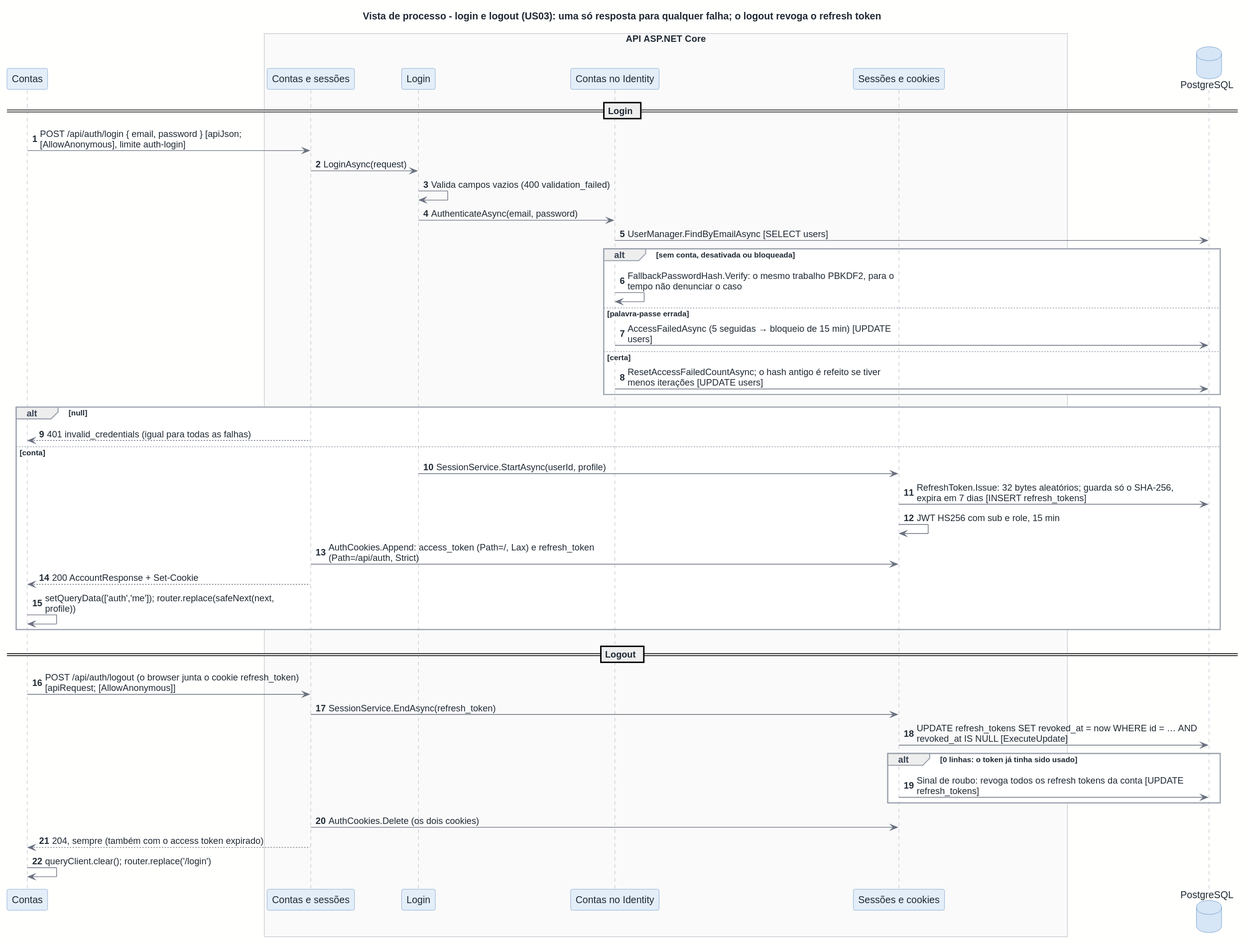
This is docs/architecture/out/process-login.svg from rodrigo4sousa/SportsEstablishments, a PlantUML export, as it was before one commit.
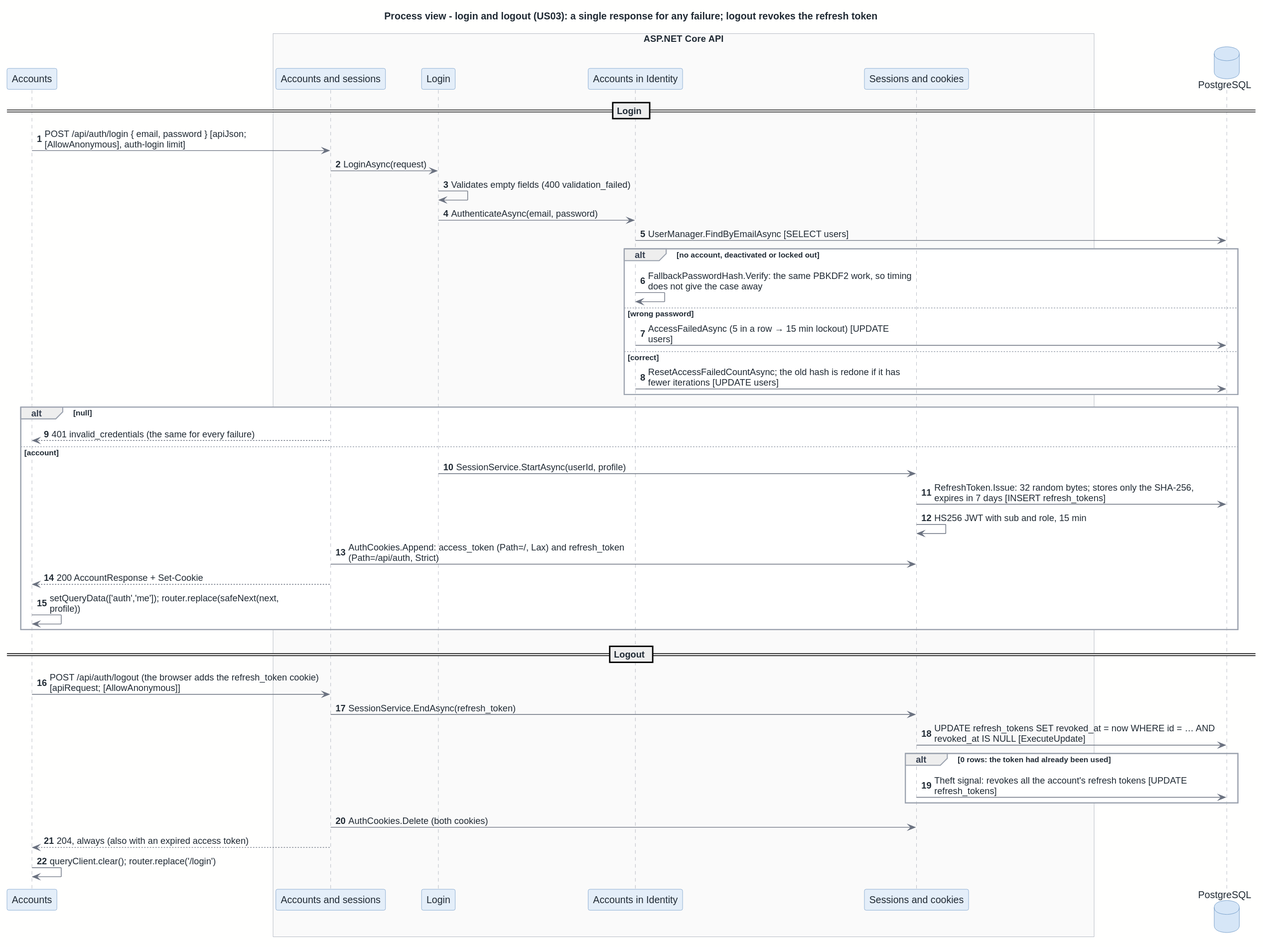
Above is the later version.

What changed in the source:
```diff
@@ -1,50 +1,50 @@
 @startuml
 !include ../style.puml
 
-title Vista de processo - login e logout (US03): uma só resposta para qualquer falha; o logout revoga o refresh token
+title Process view - login and logout (US03): a single response for any failure; logout revokes the refresh token
 autonumber
 
-participant "Contas" as WEB_F_AUTH
-box "API ASP.NET Core"
-  participant "Contas e sessões" as API_AUTH
+participant "Accounts" as WEB_F_AUTH
+box "ASP.NET Core API"
+  participant "Accounts and sessions" as API_AUTH
   participant "Login" as API_AUTH_LOGIN
-  participant "Contas no Identity" as API_AUTH_ACCOUNTS
-  participant "Sessões e cookies" as CC_COOKIES
+  participant "Accounts in Identity" as API_AUTH_ACCOUNTS
+  participant "Sessions and cookies" as CC_COOKIES
 end box
 database "PostgreSQL" as C_DB
 
 == Login ==
-WEB_F_AUTH -> API_AUTH : POST /api/auth/login { email, password } [apiJson;\n[AllowAnonymous], limite auth-login]
+WEB_F_AUTH -> API_AUTH : POST /api/auth/login { email, password } [apiJson;\n[AllowAnonymous], auth-login limit]
 API_AUTH -> API_AUTH_LOGIN : LoginAsync(request)
-API_AUTH_LOGIN -> API_AUTH_LOGIN : Valida campos vazios (400 validation_failed)
+API_AUTH_LOGIN -> API_AUTH_LOGIN : Validates empty fields (400 validation_failed)
 API_AUTH_LOGIN -> API_AUTH_ACCOUNTS : AuthenticateAsync(email, password)
 API_AUTH_ACCOUNTS -> C_DB : UserManager.FindByEmailAsync [SELECT users]
-alt sem conta, desativada ou bloqueada
-  API_AUTH_ACCOUNTS -> API_AUTH_ACCOUNTS : FallbackPasswordHash.Verify: o mesmo trabalho PBKDF2, para o\ntempo não denunciar o caso
-else palavra-passe errada
-  API_AUTH_ACCOUNTS -> C_DB : AccessFailedAsync (5 seguidas → bloqueio de 15 min) [UPDATE\nusers]
-else certa
-  API_AUTH_ACCOUNTS -> C_DB : ResetAccessFailedCountAsync; o hash antigo é refeito se tiver\nmenos iterações [UPDATE users]
+alt no account, deactivated or locked out
+  API_AUTH_ACCOUNTS -> API_AUTH_ACCOUNTS : FallbackPasswordHash.Verify: the same PBKDF2 work, so timing\ndoes not give the case away
+else wrong password
+  API_AUTH_ACCOUNTS -> C_DB : AccessFailedAsync (5 in a row → 15 min lockout) [UPDATE\nusers]
+else correct
+  API_AUTH_ACCOUNTS -> C_DB : ResetAccessFailedCountAsync; the old hash is redone if it has\nfewer iterations [UPDATE users]
 end
 alt null
-  API_AUTH --> WEB_F_AUTH : 401 invalid_credentials (igual para todas as falhas)
-else conta
+  API_AUTH --> WEB_F_AUTH : 401 invalid_credentials (the same for every failure)
+else account
   API_AUTH_LOGIN -> CC_COOKIES : SessionService.StartAsync(userId, profile)
-  CC_COOKIES -> C_DB : RefreshToken.Issue: 32 bytes aleatórios; guarda só o SHA-256,\nexpira em 7 dias [INSERT refresh_tokens]
-  CC_COOKIES -> CC_COOKIES : JWT HS256 com sub e role, 15 min
-  API_AUTH -> CC_COOKIES : AuthCookies.Append: access_token (Path=/, Lax) e refresh_token\n(Path=/api/auth, Strict)
+  CC_COOKIES -> C_DB : RefreshToken.Issue: 32 random bytes; stores only the SHA-256,\nexpires in 7 days [INSERT refresh_tokens]
+  CC_COOKIES -> CC_COOKIES : HS256 JWT with sub and role, 15 min
+  API_AUTH -> CC_COOKIES : AuthCookies.Append: access_token (Path=/, Lax) and refresh_token\n(Path=/api/auth, Strict)
   API_AUTH --> WEB_F_AUTH : 200 AccountResponse + Set-Cookie
   WEB_F_AUTH -> WEB_F_AUTH : setQueryData(['auth','me']); router.replace(safeNext(next,\nprofile))
 end
 
 == Logout ==
-WEB_F_AUTH -> API_AUTH : POST /api/auth/logout (o browser junta o cookie refresh_token)\n[apiRequest; [AllowAnonymous]]
+WEB_F_AUTH -> API_AUTH : POST /api/auth/logout (the browser adds the refresh_token cookie)\n[apiRequest; [AllowAnonymous]]
 API_AUTH -> CC_COOKIES : SessionService.EndAsync(refresh_token)
 CC_COOKIES -> C_DB : UPDATE refresh_tokens SET revoked_at = now WHERE id = … AND\nrevoked_at IS NULL [ExecuteUpdate]
-alt 0 linhas: o token já tinha sido usado
-  CC_COOKIES -> C_DB : Sinal de roubo: revoga todos os refresh tokens da conta [UPDATE\nrefresh_tokens]
+alt 0 rows: the token had already been used
+  CC_COOKIES -> C_DB : Theft signal: revokes all the account's refresh tokens [UPDATE\nrefresh_tokens]
 end
-API_AUTH -> CC_COOKIES : AuthCookies.Delete (os dois cookies)
-API_AUTH --> WEB_F_AUTH : 204, sempre (também com o access token expirado)
+API_AUTH -> CC_COOKIES : AuthCookies.Delete (both cookies)
+API_AUTH --> WEB_F_AUTH : 204, always (also with an expired access token)
 WEB_F_AUTH -> WEB_F_AUTH : queryClient.clear(); router.replace('/login')
 @enduml
```
